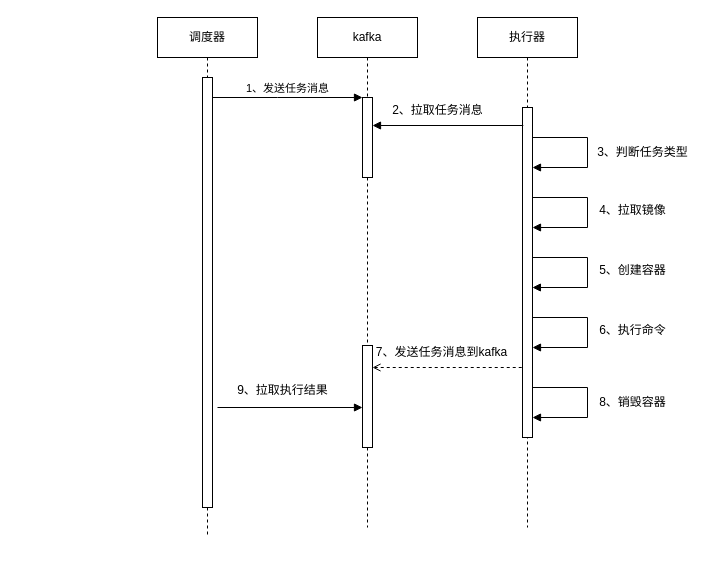
Earlier version of the draw.io diagram 执行容器任务.drawio (tianshengdiwangK/common). Source tidied: cells renumbered, new cells numbered last; positions are measured from the earlier drawing's top-left corner, leaving out a move shared by most shapes. Both pictures are drawn from the tidied source at 100%, with x=0, y=0 at pixel (157, 17).
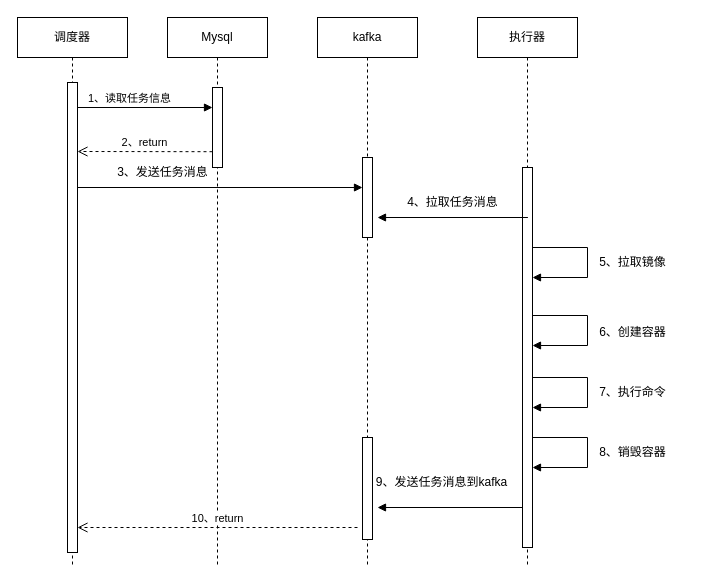
The same page after the edit.

Commit message:
更新执行容器任务.drawio

What changed in the source:
```diff
@@
     <mxCell id="2" value="调度器" style="shape=umlLifeline;perimeter=lifelinePerimeter;whiteSpace=wrap;html=1;newEdgeStyle={&quot;edgeStyle&quot;:&quot;elbowEdgeStyle&quot;,&quot;elbow&quot;:&quot;vertical&quot;,&quot;curved&quot;:0,&quot;rounded&quot;:0};" parent="1" vertex="1">
-      <mxGeometry width="100" height="520" as="geometry" />
+      <mxGeometry x="-140" width="110" height="550" as="geometry" />
     </mxCell>
     <mxCell id="3" style="html=1;points=[];perimeter=orthogonalPerimeter;outlineConnect=0;targetShapes=umlLifeline;portConstraint=eastwest;newEdgeStyle={&quot;edgeStyle&quot;:&quot;elbowEdgeStyle&quot;,&quot;elbow&quot;:&quot;vertical&quot;,&quot;curved&quot;:0,&quot;rounded&quot;:0};" parent="2" vertex="1">
-      <mxGeometry x="45" y="60" width="10" height="430" as="geometry" />
+      <mxGeometry x="50" y="65" width="10" height="470" as="geometry" />
     </mxCell>
     <mxCell id="4" value="kafka" style="shape=umlLifeline;perimeter=lifelinePerimeter;whiteSpace=wrap;html=1;newEdgeStyle={&quot;edgeStyle&quot;:&quot;elbowEdgeStyle&quot;,&quot;elbow&quot;:&quot;vertical&quot;,&quot;curved&quot;:0,&quot;rounded&quot;:0};" parent="1" vertex="1">
-      <mxGeometry x="160" width="100" height="510" as="geometry" />
+      <mxGeometry x="160" width="100" height="550" as="geometry" />
     </mxCell>
     <mxCell id="5" style="html=1;points=[];perimeter=orthogonalPerimeter;outlineConnect=0;targetShapes=umlLifeline;portConstraint=eastwest;newEdgeStyle={&quot;edgeStyle&quot;:&quot;elbowEdgeStyle&quot;,&quot;elbow&quot;:&quot;vertical&quot;,&quot;curved&quot;:0,&quot;rounded&quot;:0};" parent="4" vertex="1">
-      <mxGeometry x="45" y="80" width="10" height="80" as="geometry" />
+      <mxGeometry x="45" y="140" width="10" height="80" as="geometry" />
     </mxCell>
     <mxCell id="6" style="html=1;points=[];perimeter=orthogonalPerimeter;outlineConnect=0;targetShapes=umlLifeline;portConstraint=eastwest;newEdgeStyle={&quot;edgeStyle&quot;:&quot;elbowEdgeStyle&quot;,&quot;elbow&quot;:&quot;vertical&quot;,&quot;curved&quot;:0,&quot;rounded&quot;:0};" parent="4" vertex="1">
-      <mxGeometry x="45" y="328" width="10" height="102" as="geometry" />
+      <mxGeometry x="45" y="420" width="10" height="102" as="geometry" />
     </mxCell>
     <mxCell id="7" value="执行器" style="shape=umlLifeline;perimeter=lifelinePerimeter;whiteSpace=wrap;html=1;newEdgeStyle={&quot;edgeStyle&quot;:&quot;elbowEdgeStyle&quot;,&quot;elbow&quot;:&quot;vertical&quot;,&quot;curved&quot;:0,&quot;rounded&quot;:0};" parent="1" vertex="1">
-      <mxGeometry x="320" width="100" height="510" as="geometry" />
+      <mxGeometry x="320" width="100" height="550" as="geometry" />
     </mxCell>
     <mxCell id="8" style="html=1;points=[];perimeter=orthogonalPerimeter;outlineConnect=0;targetShapes=umlLifeline;portConstraint=eastwest;newEdgeStyle={&quot;edgeStyle&quot;:&quot;elbowEdgeStyle&quot;,&quot;elbow&quot;:&quot;vertical&quot;,&quot;curved&quot;:0,&quot;rounded&quot;:0};" parent="7" vertex="1">
-      <mxGeometry x="45" y="90" width="10" height="330" as="geometry" />
+      <mxGeometry x="45" y="150" width="10" height="380" as="geometry" />
     </mxCell>
-    <mxCell id="9" style="endArrow=block;endFill=1;endSize=6;html=1;rounded=0;edgeStyle=orthogonalEdgeStyle;" parent="7" edge="1" target="8">
-      <mxGeometry relative="1" as="geometry">
-        <mxPoint x="55" y="120" as="sourcePoint" />
-        <Array as="points">
-          <mxPoint x="110" y="120" />
-          <mxPoint x="110" y="150" />
-        </Array>
-      </mxGeometry>
-    </mxCell>
-    <mxCell id="10" value="1、发送任务消息" style="html=1;verticalAlign=bottom;endArrow=block;edgeStyle=elbowEdgeStyle;elbow=vertical;curved=0;rounded=0;" parent="1" edge="1" source="3" target="5">
-      <mxGeometry relative="1" as="geometry">
-        <Array as="points">
-          <mxPoint x="120" y="80" />
-        </Array>
-      </mxGeometry>
-    </mxCell>
     <mxCell id="11" style="endArrow=none;startArrow=block;endFill=0;startFill=1;html=1;rounded=0;entryX=0.076;entryY=0.123;entryDx=0;entryDy=0;entryPerimeter=0;" parent="1" edge="1">
       <mxGeometry relative="1" as="geometry">
-        <mxPoint x="215" y="108" as="sourcePoint" />
-        <mxPoint x="365.8" y="108" as="targetPoint" />
+        <mxPoint x="220" y="200" as="sourcePoint" />
+        <mxPoint x="370.4" y="200" as="targetPoint" />
       </mxGeometry>
     </mxCell>
-    <mxCell id="12" value="2、拉取任务消息" style="text;html=1;align=center;verticalAlign=middle;strokeColor=none;fillColor=none;" parent="1" vertex="1">
-      <mxGeometry x="225" y="78" width="110" height="30" as="geometry" />
+    <mxCell id="12" value="4、拉取任务消息" style="text;html=1;align=center;verticalAlign=middle;strokeColor=none;fillColor=none;" parent="1" vertex="1">
+      <mxGeometry x="240" y="170" width="110" height="30" as="geometry" />
     </mxCell>
-    <mxCell id="13" value="3、判断任务类型" style="text;html=1;align=center;verticalAlign=middle;strokeColor=none;fillColor=none;" parent="1" vertex="1">
-      <mxGeometry x="430" y="120" width="110" height="30" as="geometry" />
-    </mxCell>
     <mxCell id="14" style="endArrow=block;endFill=1;endSize=6;html=1;rounded=0;edgeStyle=orthogonalEdgeStyle;" parent="1" edge="1">
       <mxGeometry relative="1" as="geometry">
-        <mxPoint x="375" y="180" as="sourcePoint" />
-        <mxPoint x="375" y="210" as="targetPoint" />
+        <mxPoint x="375" y="298" as="sourcePoint" />
+        <mxPoint x="375" y="328" as="targetPoint" />
         <Array as="points">
-          <mxPoint x="430" y="180" />
-          <mxPoint x="430" y="210" />
+          <mxPoint x="430" y="298" />
+          <mxPoint x="430" y="328" />
         </Array>
       </mxGeometry>
     </mxCell>
-    <mxCell id="15" value="4、拉取镜像" style="text;html=1;align=center;verticalAlign=middle;strokeColor=none;fillColor=none;" parent="1" vertex="1">
-      <mxGeometry x="430" y="178" width="90" height="30" as="geometry" />
+    <mxCell id="15" value="5、拉取镜像" style="text;html=1;align=center;verticalAlign=middle;strokeColor=none;fillColor=none;" parent="1" vertex="1">
+      <mxGeometry x="430" y="230" width="90" height="30" as="geometry" />
     </mxCell>
     <mxCell id="16" style="endArrow=block;endFill=1;endSize=6;html=1;rounded=0;edgeStyle=orthogonalEdgeStyle;" parent="1" edge="1">
       <mxGeometry relative="1" as="geometry">
-        <mxPoint x="374.9" y="240" as="sourcePoint" />
-        <mxPoint x="374.9" y="270" as="targetPoint" />
+        <mxPoint x="375" y="360" as="sourcePoint" />
+        <mxPoint x="375" y="390" as="targetPoint" />
         <Array as="points">
-          <mxPoint x="430" y="240" />
-          <mxPoint x="430" y="270" />
+          <mxPoint x="430" y="360" />
+          <mxPoint x="430" y="390" />
         </Array>
       </mxGeometry>
     </mxCell>
-    <mxCell id="17" value="5、创建容器" style="text;html=1;align=center;verticalAlign=middle;strokeColor=none;fillColor=none;" parent="1" vertex="1">
-      <mxGeometry x="430" y="238" width="90" height="30" as="geometry" />
+    <mxCell id="17" value="6、创建容器" style="text;html=1;align=center;verticalAlign=middle;strokeColor=none;fillColor=none;" parent="1" vertex="1">
+      <mxGeometry x="430" y="300" width="90" height="30" as="geometry" />
     </mxCell>
     <mxCell id="18" style="endArrow=block;endFill=1;endSize=6;html=1;rounded=0;edgeStyle=orthogonalEdgeStyle;" parent="1" edge="1">
       <mxGeometry relative="1" as="geometry">
-        <mxPoint x="375" y="300" as="sourcePoint" />
-        <mxPoint x="375" y="330" as="targetPoint" />
+        <mxPoint x="375" y="420" as="sourcePoint" />
+        <mxPoint x="375" y="450" as="targetPoint" />
         <Array as="points">
-          <mxPoint x="430" y="300" />
-          <mxPoint x="430" y="330" />
+          <mxPoint x="430" y="420" />
+          <mxPoint x="430" y="450" />
         </Array>
       </mxGeometry>
     </mxCell>
-    <mxCell id="19" value="6、执行命令" style="text;html=1;align=center;verticalAlign=middle;strokeColor=none;fillColor=none;" parent="1" vertex="1">
-      <mxGeometry x="430" y="298" width="90" height="30" as="geometry" />
+    <mxCell id="19" value="7、执行命令" style="text;html=1;align=center;verticalAlign=middle;strokeColor=none;fillColor=none;" parent="1" vertex="1">
+      <mxGeometry x="430" y="360" width="90" height="30" as="geometry" />
     </mxCell>
-    <mxCell id="20" style="endArrow=none;endFill=0;endSize=12;html=1;rounded=0;dashed=1;startArrow=open;startFill=0;" parent="1" edge="1">
+    <mxCell id="20" style="endArrow=none;endFill=0;endSize=12;html=1;rounded=0;startArrow=block;startFill=1;" parent="1" edge="1" target="8">
       <mxGeometry relative="1" as="geometry">
-        <mxPoint x="215" y="350" as="sourcePoint" />
-        <mxPoint x="365" y="350" as="targetPoint" />
+        <mxPoint x="220" y="490" as="sourcePoint" />
       </mxGeometry>
     </mxCell>
-    <mxCell id="21" value="7、发送任务消息到kafka" style="text;html=1;align=center;verticalAlign=middle;strokeColor=none;fillColor=none;" parent="1" vertex="1">
-      <mxGeometry x="209" y="320" width="150" height="30" as="geometry" />
+    <mxCell id="21" value="9、发送任务消息到kafka" style="text;html=1;align=center;verticalAlign=middle;strokeColor=none;fillColor=none;" parent="1" vertex="1">
+      <mxGeometry x="209" y="450" width="150" height="30" as="geometry" />
     </mxCell>
-    <mxCell id="22" style="endArrow=block;endFill=1;endSize=6;html=1;rounded=0;" parent="1" edge="1" target="6">
-      <mxGeometry relative="1" as="geometry">
-        <mxPoint x="60" y="390" as="sourcePoint" />
-      </mxGeometry>
-    </mxCell>
-    <mxCell id="23" value="9、拉取执行结果" style="text;html=1;align=center;verticalAlign=middle;strokeColor=none;fillColor=none;" parent="1" vertex="1">
-      <mxGeometry x="70" y="358" width="110" height="30" as="geometry" />
-    </mxCell>
-    <mxCell id="24" style="endArrow=block;endFill=1;endSize=6;html=1;rounded=0;edgeStyle=orthogonalEdgeStyle;" parent="1" edge="1">
-      <mxGeometry relative="1" as="geometry">
-        <mxPoint x="375" y="370" as="sourcePoint" />
-        <mxPoint x="375" y="400" as="targetPoint" />
-        <Array as="points">
-          <mxPoint x="430" y="370" />
-          <mxPoint x="430" y="400" />
-        </Array>
-      </mxGeometry>
-    </mxCell>
     <mxCell id="25" value="8、销毁容器" style="text;html=1;align=center;verticalAlign=middle;strokeColor=none;fillColor=none;" parent="1" vertex="1">
-      <mxGeometry x="430" y="370" width="90" height="30" as="geometry" />
+      <mxGeometry x="430" y="420" width="90" height="30" as="geometry" />
     </mxCell>
+    <mxCell id="26" value="Mysql" style="shape=umlLifeline;perimeter=lifelinePerimeter;whiteSpace=wrap;html=1;newEdgeStyle={&quot;edgeStyle&quot;:&quot;elbowEdgeStyle&quot;,&quot;elbow&quot;:&quot;vertical&quot;,&quot;curved&quot;:0,&quot;rounded&quot;:0};" parent="1" vertex="1">
+      <mxGeometry x="10" width="100" height="550" as="geometry" />
+    </mxCell>
+    <mxCell id="27" value="1、读取任务信息" style="html=1;verticalAlign=bottom;endArrow=block;edgeStyle=elbowEdgeStyle;elbow=vertical;curved=0;rounded=0;" parent="26" edge="1" target="28">
+      <mxGeometry x="0.17" relative="1" as="geometry">
+        <mxPoint x="-25" y="90" as="sourcePoint" />
+        <Array as="points">
+          <mxPoint x="-90" y="90" />
+        </Array>
+      </mxGeometry>
+    </mxCell>
+    <mxCell id="28" style="html=1;points=[];perimeter=orthogonalPerimeter;outlineConnect=0;targetShapes=umlLifeline;portConstraint=eastwest;newEdgeStyle={&quot;edgeStyle&quot;:&quot;elbowEdgeStyle&quot;,&quot;elbow&quot;:&quot;vertical&quot;,&quot;curved&quot;:0,&quot;rounded&quot;:0};" parent="26" vertex="1">
+      <mxGeometry x="45" y="70" width="10" height="80" as="geometry" />
+    </mxCell>
+    <mxCell id="29" value="2、return" style="html=1;verticalAlign=bottom;endArrow=open;dashed=1;endSize=8;edgeStyle=elbowEdgeStyle;elbow=vertical;curved=0;rounded=0;" parent="1" edge="1" target="3">
+      <mxGeometry relative="1" as="geometry">
+        <mxPoint x="55" y="134.2" as="sourcePoint" />
+      </mxGeometry>
+    </mxCell>
+    <mxCell id="30" style="endArrow=block;endFill=1;endSize=6;html=1;rounded=0;" parent="1" edge="1" target="5">
+      <mxGeometry relative="1" as="geometry">
+        <mxPoint x="-80.2" y="170" as="sourcePoint" />
+      </mxGeometry>
+    </mxCell>
+    <mxCell id="9" style="endArrow=block;endFill=1;endSize=6;html=1;rounded=0;edgeStyle=orthogonalEdgeStyle;" parent="1" edge="1">
+      <mxGeometry relative="1" as="geometry">
+        <mxPoint x="375" y="230" as="sourcePoint" />
+        <mxPoint x="375" y="260" as="targetPoint" />
+        <Array as="points">
+          <mxPoint x="430" y="230" />
+          <mxPoint x="430" y="260" />
+        </Array>
+      </mxGeometry>
+    </mxCell>
+    <mxCell id="31" value="3、发送任务消息" style="text;html=1;align=center;verticalAlign=middle;strokeColor=none;fillColor=none;" parent="1" vertex="1">
+      <mxGeometry x="-50" y="140" width="110" height="30" as="geometry" />
+    </mxCell>
+    <mxCell id="32" value="10、return" style="html=1;verticalAlign=bottom;endArrow=open;dashed=1;endSize=8;edgeStyle=elbowEdgeStyle;elbow=vertical;curved=0;rounded=0;" parent="1" edge="1" target="3">
+      <mxGeometry relative="1" as="geometry">
+        <mxPoint x="200" y="510" as="sourcePoint" />
+      </mxGeometry>
+    </mxCell>
```
